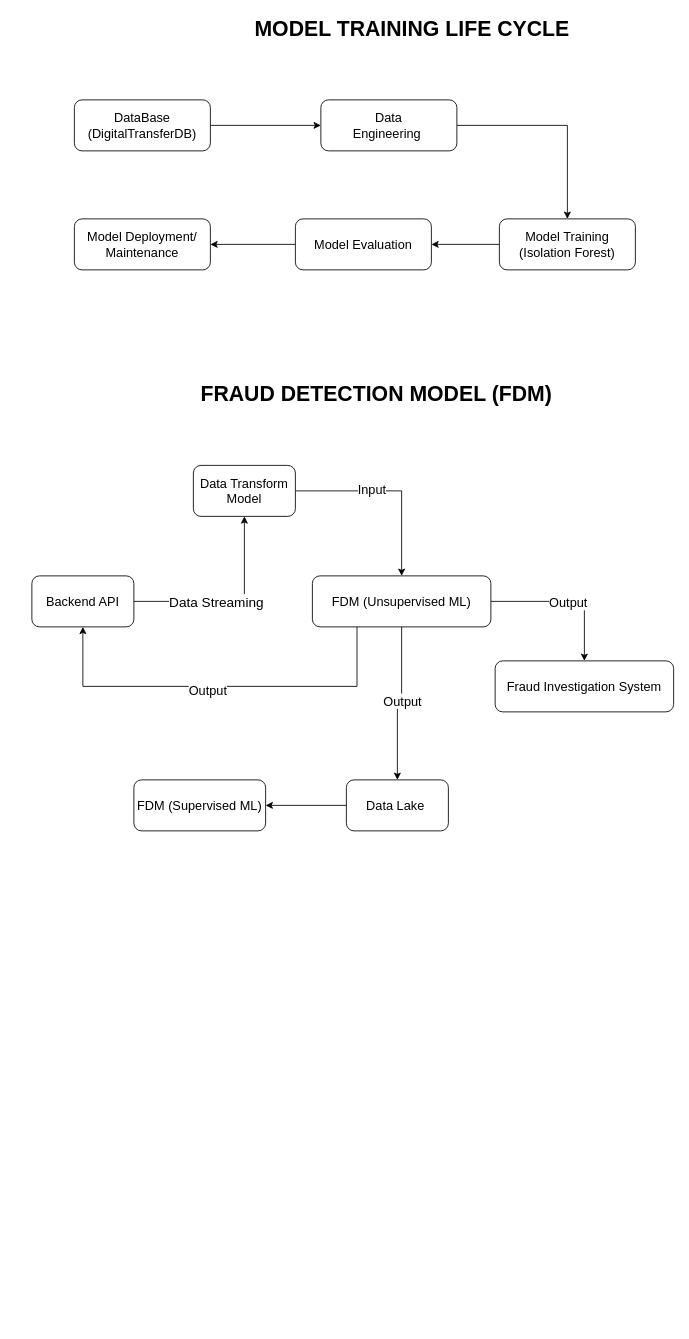
Before: Untitled Diagram.drawio in OTDavid9/Credit_Fraud_Detection, a draw.io diagram. Source tidied: cells renumbered, new cells numbered last; positions are measured from the earlier drawing's top-left corner, leaving out a move shared by most shapes. Both pictures are drawn from the tidied source at 85%, with x=0, y=0 at pixel (31, 14).
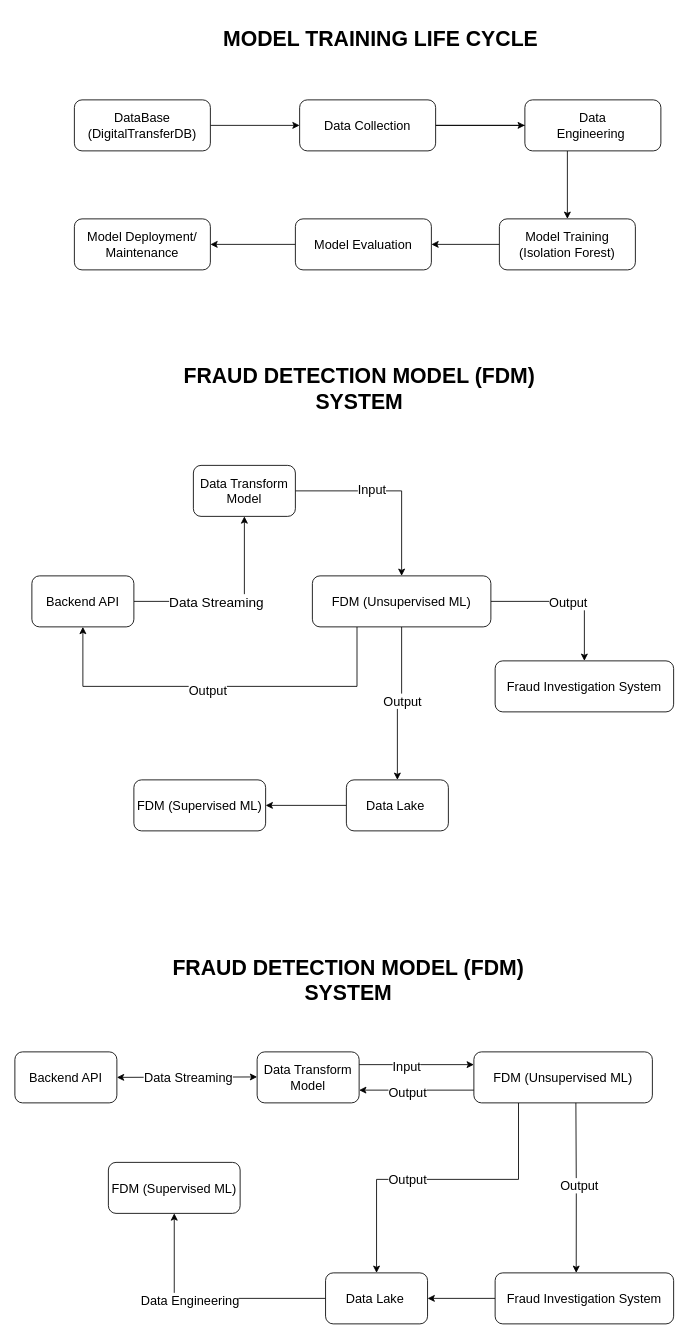
The same page after the edit.

What changed in the source:
```diff
@@
     <mxCell id="20" value="&lt;font size=&quot;1&quot; style=&quot;&quot;&gt;&lt;b style=&quot;font-size: 25px;&quot;&gt;MODEL TRAINING LIFE CYCLE&lt;/b&gt;&lt;/font&gt;" style="text;html=1;align=center;verticalAlign=middle;whiteSpace=wrap;rounded=0;" parent="1" vertex="1">
-      <mxGeometry x="245" width="405" height="30" as="geometry" />
+      <mxGeometry x="208" y="12" width="405" height="30" as="geometry" />
     </mxCell>
@@
+    <mxCell id="30" style="edgeStyle=orthogonalEdgeStyle;rounded=0;jettySize=auto;html=1;" parent="1" edge="1" source="22" target="51">
+      <mxGeometry relative="1" as="geometry" />
+    </mxCell>
-    <mxCell id="22" value="&lt;span style=&quot;font-size: 15px;&quot;&gt;Data&lt;/span&gt;&lt;div&gt;&lt;span style=&quot;font-size: 15px;&quot;&gt;Engineering&amp;nbsp;&lt;/span&gt;&lt;/div&gt;" style="rounded=1;whiteSpace=wrap;html=1;" parent="1" vertex="1">
-      <mxGeometry x="340" y="100" width="160" height="60" as="geometry" />
+    <mxCell id="22" value="&lt;span style=&quot;font-size: 15px;&quot;&gt;Data Collection&lt;/span&gt;" style="rounded=1;whiteSpace=wrap;html=1;" parent="1" vertex="1">
+      <mxGeometry x="315" y="100" width="160" height="60" as="geometry" />
     </mxCell>
@@
-    <mxCell id="28" value="&lt;b style=&quot;&quot;&gt;&lt;font style=&quot;font-size: 25px;&quot;&gt;FRAUD DETECTION MODEL (FDM)&lt;/font&gt;&lt;/b&gt;" style="text;html=1;align=center;verticalAlign=middle;whiteSpace=wrap;rounded=0;" parent="1" vertex="1">
-      <mxGeometry x="183" y="430" width="445" height="30" as="geometry" />
+    <mxCell id="28" value="&lt;b style=&quot;&quot;&gt;&lt;font style=&quot;font-size: 25px;&quot;&gt;FRAUD DETECTION MODEL (FDM) SYSTEM&lt;/font&gt;&lt;/b&gt;" style="text;html=1;align=center;verticalAlign=middle;whiteSpace=wrap;rounded=0;" parent="1" vertex="1">
+      <mxGeometry x="163" y="424" width="445" height="30" as="geometry" />
     </mxCell>
@@
+    <mxCell id="31" value="&lt;font style=&quot;font-size: 15px;&quot;&gt;Backend API&lt;/font&gt;" style="rounded=1;whiteSpace=wrap;html=1;" parent="1" vertex="1">
+      <mxGeometry x="-20" y="1220" width="120" height="60" as="geometry" />
+    </mxCell>
+    <mxCell id="32" style="edgeStyle=orthogonalEdgeStyle;rounded=0;jettySize=auto;html=1;exitX=0;exitY=0.75;exitDx=0;exitDy=0;entryX=1;entryY=0.75;entryDx=0;entryDy=0;" parent="1" edge="1" source="36" target="39">
+      <mxGeometry relative="1" as="geometry" />
+    </mxCell>
+    <mxCell id="33" value="&lt;font style=&quot;font-size: 15px;&quot;&gt;Output&lt;/font&gt;" style="edgeLabel;html=1;align=center;verticalAlign=middle;" parent="32" vertex="1">
+      <mxGeometry x="0.17" y="1" relative="1" as="geometry" />
+    </mxCell>
+    <mxCell id="34" style="edgeStyle=orthogonalEdgeStyle;rounded=0;jettySize=auto;html=1;exitX=0.25;exitY=1;exitDx=0;exitDy=0;entryX=0.5;entryY=0;entryDx=0;entryDy=0;" parent="1" edge="1" source="36" target="42">
+      <mxGeometry relative="1" as="geometry">
+        <Array as="points">
+          <mxPoint x="573" y="1370" />
+          <mxPoint x="406" y="1370" />
+        </Array>
+      </mxGeometry>
+    </mxCell>
+    <mxCell id="35" value="&lt;font style=&quot;font-size: 15px;&quot;&gt;Output&lt;/font&gt;" style="edgeLabel;html=1;align=center;verticalAlign=middle;" parent="34" vertex="1">
+      <mxGeometry x="0.21" y="-1" relative="1" as="geometry">
+        <mxPoint x="1" as="offset" />
+      </mxGeometry>
+    </mxCell>
+    <mxCell id="36" value="&lt;font style=&quot;font-size: 15px;&quot;&gt;FDM (Unsupervised ML)&lt;/font&gt;" style="rounded=1;whiteSpace=wrap;html=1;" parent="1" vertex="1">
+      <mxGeometry x="520" y="1220" width="210" height="60" as="geometry" />
+    </mxCell>
+    <mxCell id="37" style="edgeStyle=orthogonalEdgeStyle;rounded=0;jettySize=auto;html=1;exitX=1;exitY=0.25;exitDx=0;exitDy=0;entryX=0;entryY=0.25;entryDx=0;entryDy=0;" parent="1" edge="1" source="39" target="36">
+      <mxGeometry relative="1" as="geometry" />
+    </mxCell>
+    <mxCell id="38" value="&lt;font style=&quot;font-size: 15px;&quot;&gt;Input&lt;/font&gt;" style="edgeLabel;html=1;align=center;verticalAlign=middle;" parent="37" vertex="1">
+      <mxGeometry x="-0.18" y="-1" relative="1" as="geometry" />
+    </mxCell>
+    <mxCell id="39" value="&lt;font style=&quot;font-size: 15px;&quot;&gt;Data Transform&lt;/font&gt;&lt;div style=&quot;font-size: 15px;&quot;&gt;&lt;font style=&quot;font-size: 15px;&quot;&gt;Model&lt;/font&gt;&lt;/div&gt;" style="rounded=1;whiteSpace=wrap;html=1;" parent="1" vertex="1">
+      <mxGeometry x="265" y="1220" width="120" height="60" as="geometry" />
+    </mxCell>
+    <mxCell id="40" style="edgeStyle=orthogonalEdgeStyle;rounded=0;jettySize=auto;html=1;" parent="1" edge="1" source="42" target="43">
+      <mxGeometry relative="1" as="geometry" />
+    </mxCell>
+    <mxCell id="41" value="&lt;font style=&quot;font-size: 15px;&quot;&gt;Data Engineering&lt;/font&gt;" style="edgeLabel;html=1;align=center;verticalAlign=middle;" parent="40" vertex="1">
+      <mxGeometry x="0.16" y="1" relative="1" as="geometry">
+        <mxPoint x="1" as="offset" />
+      </mxGeometry>
+    </mxCell>
+    <mxCell id="42" value="&lt;font style=&quot;font-size: 15px;&quot;&gt;Data Lake&amp;nbsp;&lt;/font&gt;" style="rounded=1;whiteSpace=wrap;html=1;" parent="1" vertex="1">
+      <mxGeometry x="345.5" y="1480" width="120" height="60" as="geometry" />
+    </mxCell>
+    <mxCell id="43" value="&lt;span style=&quot;font-size: 15px;&quot;&gt;FDM (Supervised ML)&lt;/span&gt;" style="rounded=1;whiteSpace=wrap;html=1;" parent="1" vertex="1">
+      <mxGeometry x="90" y="1350" width="155" height="60" as="geometry" />
+    </mxCell>
+    <mxCell id="44" value="&lt;b style=&quot;&quot;&gt;&lt;font style=&quot;font-size: 25px;&quot;&gt;FRAUD DETECTION MODEL (FDM) SYSTEM&lt;/font&gt;&lt;/b&gt;" style="text;html=1;align=center;verticalAlign=middle;whiteSpace=wrap;rounded=0;" parent="1" vertex="1">
+      <mxGeometry x="150" y="1120" width="445" height="30" as="geometry" />
+    </mxCell>
+    <mxCell id="45" style="edgeStyle=orthogonalEdgeStyle;rounded=0;jettySize=auto;html=1;exitX=0;exitY=0.5;exitDx=0;exitDy=0;entryX=1;entryY=0.5;entryDx=0;entryDy=0;" parent="1" edge="1" source="46" target="42">
+      <mxGeometry relative="1" as="geometry" />
+    </mxCell>
+    <mxCell id="46" value="&lt;span style=&quot;font-size: 15px;&quot;&gt;Fraud Investigation System&lt;/span&gt;" style="rounded=1;whiteSpace=wrap;html=1;" parent="1" vertex="1">
+      <mxGeometry x="545" y="1480" width="210" height="60" as="geometry" />
+    </mxCell>
+    <mxCell id="47" style="endArrow=classic;startArrow=classic;html=1;rounded=0;exitX=1;exitY=0.5;exitDx=0;exitDy=0;" parent="1" edge="1" source="31">
+      <mxGeometry relative="1" as="geometry">
+        <mxPoint x="265" y="1249.5" as="targetPoint" />
+      </mxGeometry>
+    </mxCell>
+    <mxCell id="48" value="&lt;font style=&quot;font-size: 15px;&quot;&gt;Data &lt;font style=&quot;font-size: 15px;&quot;&gt;Streaming&lt;/font&gt;&lt;/font&gt;" style="edgeLabel;html=1;align=center;verticalAlign=middle;" parent="47" vertex="1">
+      <mxGeometry x="0.01" y="-4" relative="1" as="geometry">
+        <mxPoint y="-4" as="offset" />
+      </mxGeometry>
+    </mxCell>
+    <mxCell id="49" style="edgeStyle=orthogonalEdgeStyle;rounded=0;orthogonalLoop=1;jettySize=auto;html=1;entryX=0.633;entryY=0.167;entryDx=0;entryDy=0;entryPerimeter=0;" parent="1" edge="1">
+      <mxGeometry relative="1" as="geometry">
+        <mxPoint x="640" y="1280" as="sourcePoint" />
+        <mxPoint x="640.4" y="1480" as="targetPoint" />
+      </mxGeometry>
+    </mxCell>
+    <mxCell id="50" value="&lt;font style=&quot;font-size: 15px;&quot;&gt;Output&lt;/font&gt;" style="edgeLabel;html=1;align=center;verticalAlign=middle;" parent="49" vertex="1">
+      <mxGeometry x="-0.03" y="3" relative="1" as="geometry" />
+    </mxCell>
+    <mxCell id="51" value="&lt;span style=&quot;font-size: 15px;&quot;&gt;Data&lt;/span&gt;&lt;div&gt;&lt;span style=&quot;font-size: 15px;&quot;&gt;Engineering&amp;nbsp;&lt;/span&gt;&lt;/div&gt;" style="rounded=1;whiteSpace=wrap;html=1;" parent="1" vertex="1">
+      <mxGeometry x="580" y="100" width="160" height="60" as="geometry" />
+    </mxCell>
```
